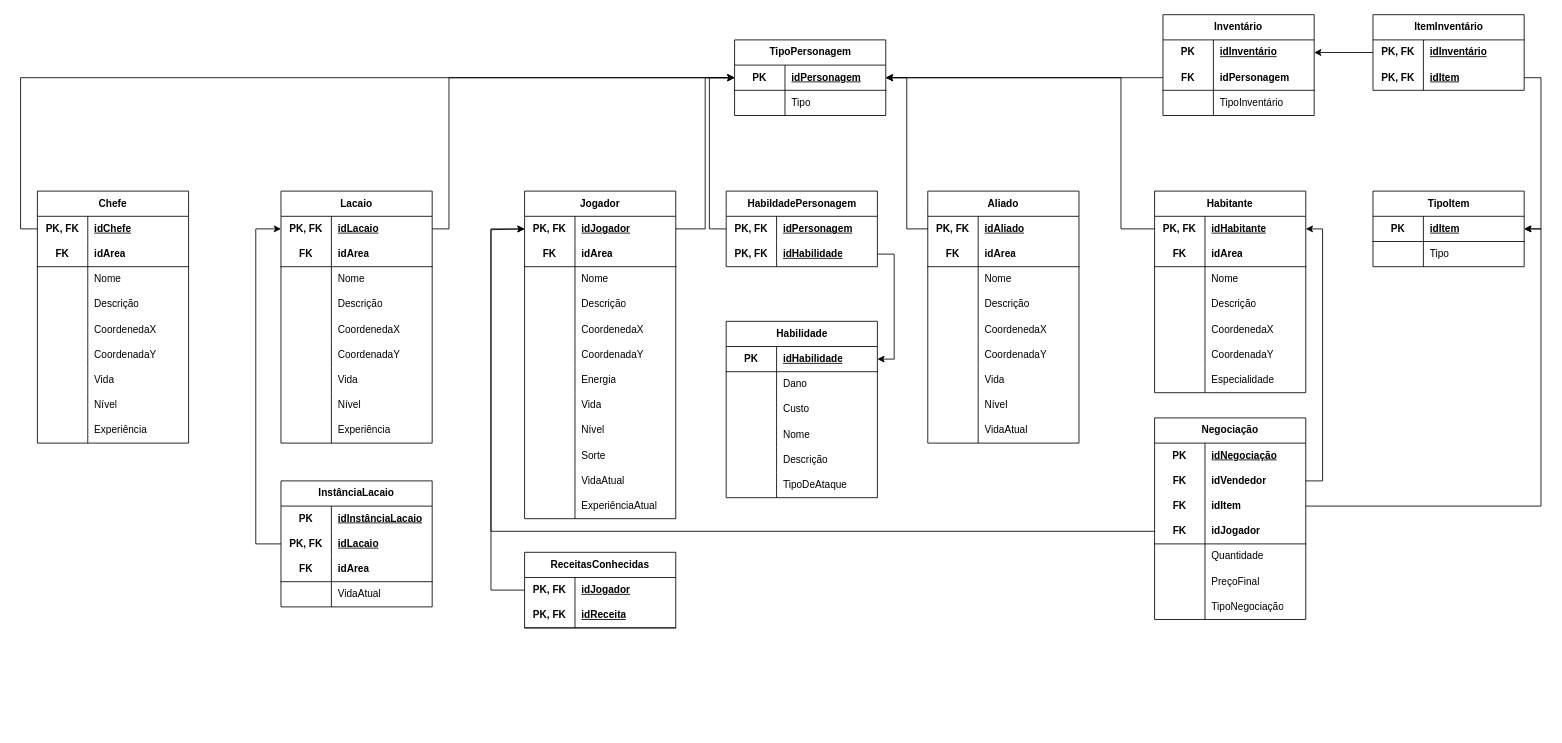
Before: docs/assets/drawio/modelo-relacional-personagem.drawio in SBD1/2025.1-Marventura, a draw.io diagram. Source tidied: cells renumbered, new cells numbered last; positions are measured from the earlier drawing's top-left corner, leaving out a move shared by most shapes. Both pictures are drawn from the tidied source at 84%, with x=0, y=0 at pixel (37, 14).
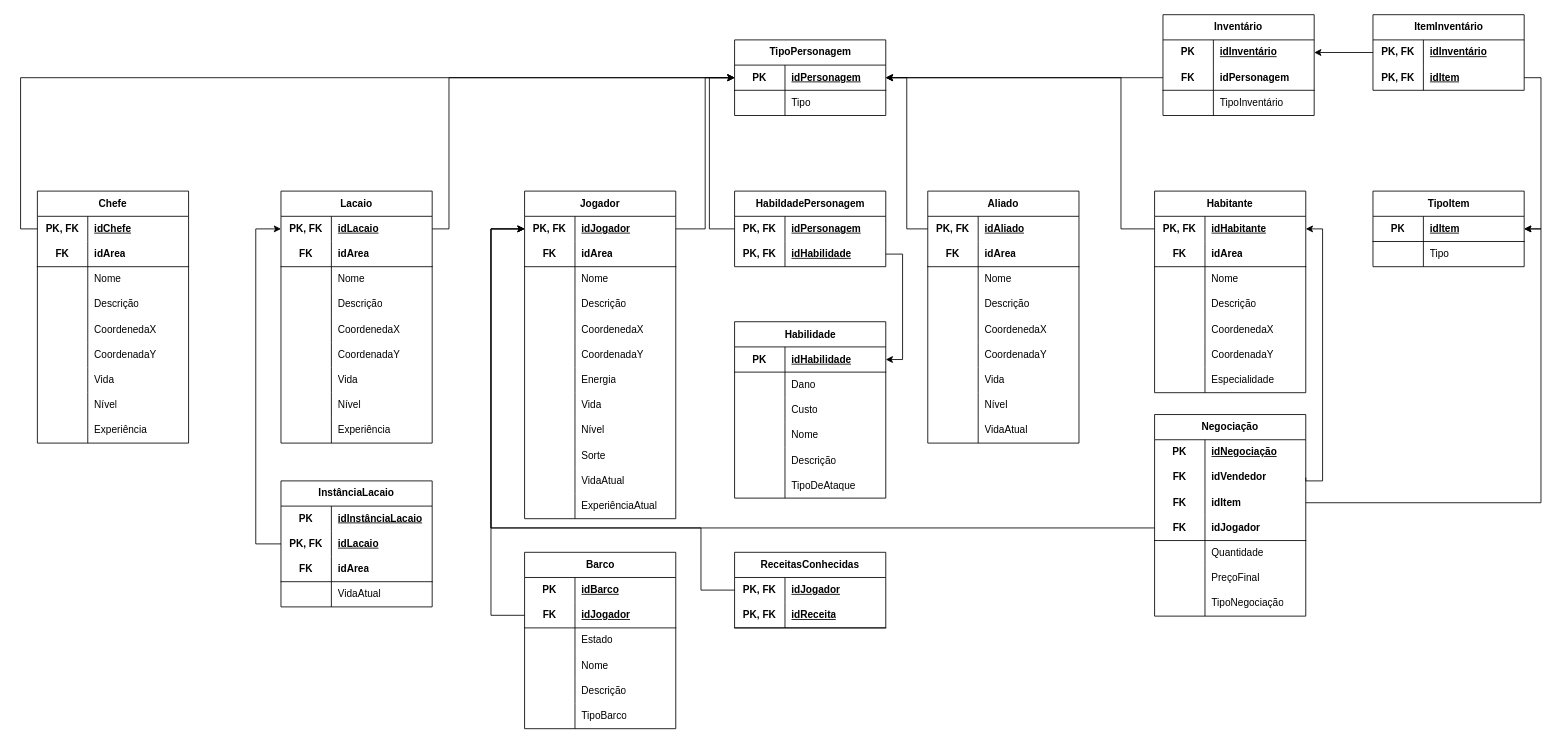
The same diagram, later.

Commit message:
Corrige versão final do modelo relacional de personagem

Unchanged cells that the change refers to:
```xml
<mxCell id="23" style="shape=tableRow;horizontal=0;startSize=0;swimlaneHead=0;swimlaneBody=0;fillColor=none;points=[[0,0.5],[1,0.5]];portConstraint=eastwest;top=0;left=0;right=0;bottom=1;" parent="22" vertex="1">
  <mxGeometry y="30" width="180" height="30" as="geometry" />
</mxCell>
<mxCell id="30" style="shape=tableRow;horizontal=0;startSize=0;swimlaneHead=0;swimlaneBody=0;fillColor=none;points=[[0,0.5],[1,0.5]];portConstraint=eastwest;top=0;left=0;right=0;bottom=0;html=1;" parent="29" vertex="1">
  <mxGeometry y="30" width="180" height="30" as="geometry" />
</mxCell>
<mxCell id="177" style="shape=tableRow;horizontal=0;startSize=0;swimlaneHead=0;swimlaneBody=0;fillColor=none;points=[[0,0.5],[1,0.5]];portConstraint=eastwest;top=0;left=0;right=0;bottom=0;html=1;" parent="176" vertex="1">
  <mxGeometry y="30" width="180" height="30" as="geometry" />
</mxCell>
<mxCell id="217" style="shape=tableRow;horizontal=0;startSize=0;swimlaneHead=0;swimlaneBody=0;fillColor=none;points=[[0,0.5],[1,0.5]];portConstraint=eastwest;top=0;left=0;right=0;bottom=1;html=1;" parent="207" vertex="1">
  <mxGeometry y="120" width="180" height="30" as="geometry" />
</mxCell>
<mxCell id="232" style="shape=tableRow;horizontal=0;startSize=0;swimlaneHead=0;swimlaneBody=0;fillColor=none;points=[[0,0.5],[1,0.5]];portConstraint=eastwest;top=0;left=0;right=0;bottom=0;" parent="231" vertex="1">
  <mxGeometry y="30" width="180" height="30" as="geometry" />
</mxCell>
```

What changed in the source:
```diff
@@
     <mxCell id="176" value="ReceitasConhecidas" style="shape=table;startSize=30;childLayout=tableLayout;rowLines=0;fontStyle=1;align=center;html=1;whiteSpace=wrap;" parent="1" vertex="1">
-      <mxGeometry x="580" y="640" width="180" height="90" as="geometry" />
+      <mxGeometry x="830" y="640" width="180" height="90" as="geometry" />
     </mxCell>
@@
     <mxCell id="183" style="edgeStyle=orthogonalEdgeStyle;rounded=0;jettySize=auto;html=1;entryX=0;entryY=0.5;entryDx=0;entryDy=0;exitX=0;exitY=0.5;exitDx=0;exitDy=0;" parent="1" edge="1" source="177" target="30">
       <mxGeometry relative="1" as="geometry">
         <Array as="points">
-          <mxPoint x="540" y="685" />
-          <mxPoint x="540" y="256" />
+          <mxPoint x="790" y="685" />
+          <mxPoint x="790" y="611" />
+          <mxPoint x="540" y="611" />
+          <mxPoint x="540" y="255" />
         </Array>
       </mxGeometry>
     </mxCell>
@@
     <mxCell id="207" value="Negociação" style="shape=table;startSize=30;childLayout=tableLayout;rowLines=0;fontStyle=1;align=center;html=1;whiteSpace=wrap;" parent="1" vertex="1">
-      <mxGeometry x="1330" y="480" width="180" height="240" as="geometry" />
+      <mxGeometry x="1330" y="476" width="180" height="240" as="geometry" />
     </mxCell>
@@
     <mxCell id="230" style="edgeStyle=orthogonalEdgeStyle;rounded=0;jettySize=auto;html=1;entryX=0;entryY=0.5;entryDx=0;entryDy=0;exitX=0;exitY=0.5;exitDx=0;exitDy=0;jumpStyle=arc;" parent="1" edge="1" source="217" target="30">
       <mxGeometry relative="1" as="geometry">
         <Array as="points">
-          <mxPoint x="540" y="615" />
+          <mxPoint x="1330" y="611" />
+          <mxPoint x="540" y="611" />
           <mxPoint x="540" y="255" />
         </Array>
       </mxGeometry>
     </mxCell>
     <mxCell id="231" value="HabildadePersonagem" style="shape=table;startSize=30;childLayout=tableLayout;rowLines=0;fontStyle=1;align=center;html=1;" parent="1" vertex="1">
-      <mxGeometry x="820" y="210" width="180" height="90" as="geometry" />
+      <mxGeometry x="830" y="210" width="180" height="90" as="geometry" />
     </mxCell>
@@
-    <mxCell id="238" style="edgeStyle=orthogonalEdgeStyle;rounded=0;jettySize=auto;html=1;exitX=0;exitY=0.5;exitDx=0;exitDy=0;entryX=0;entryY=0.5;entryDx=0;entryDy=0;" parent="1" edge="1" source="232" target="23">
+    <mxCell id="238" style="edgeStyle=orthogonalEdgeStyle;rounded=0;jettySize=auto;html=1;entryX=0;entryY=0.5;entryDx=0;entryDy=0;exitX=0;exitY=0.5;exitDx=0;exitDy=0;" parent="1" edge="1" source="232" target="23">
       <mxGeometry relative="1" as="geometry">
         <Array as="points">
           <mxPoint x="800" y="255" />
           <mxPoint x="800" y="75" />
         </Array>
       </mxGeometry>
     </mxCell>
     <mxCell id="239" value="Habilidade" style="shape=table;startSize=30;childLayout=tableLayout;rowLines=0;fontStyle=1;align=center;html=1;" parent="1" vertex="1">
-      <mxGeometry x="820" y="365" width="180" height="210" as="geometry" />
+      <mxGeometry x="830" y="365.5" width="180" height="210" as="geometry" />
     </mxCell>
@@
+    <mxCell id="260" value="Barco" style="shape=table;startSize=30;childLayout=tableLayout;rowLines=0;fontStyle=1;align=center;html=1;" parent="1" vertex="1">
+      <mxGeometry x="580" y="640" width="180" height="210" as="geometry" />
+    </mxCell>
+    <mxCell id="261" style="shape=tableRow;horizontal=0;startSize=0;swimlaneHead=0;swimlaneBody=0;fillColor=none;top=0;left=0;right=0;bottom=0;" parent="260" vertex="1">
+      <mxGeometry y="30" width="180" height="30" as="geometry" />
+    </mxCell>
+    <mxCell id="262" value="PK" style="shape=partialRectangle;fillColor=none;top=0;left=0;bottom=0;right=0;fontStyle=1;overflow=hidden;whiteSpace=wrap;html=1;" parent="261" vertex="1">
+      <mxGeometry width="60" height="30" as="geometry" />
+    </mxCell>
+    <mxCell id="263" value="idBarco" style="shape=partialRectangle;fillColor=none;top=0;left=0;bottom=0;right=0;align=left;spacingLeft=6;fontStyle=5;overflow=hidden;whiteSpace=wrap;html=1;" parent="261" vertex="1">
+      <mxGeometry x="60" width="120" height="30" as="geometry" />
+    </mxCell>
+    <mxCell id="264" style="shape=tableRow;horizontal=0;startSize=0;swimlaneHead=0;swimlaneBody=0;fillColor=none;points=[[0,0.5],[1,0.5]];portConstraint=eastwest;top=0;left=0;right=0;bottom=1;" parent="260" vertex="1">
+      <mxGeometry y="60" width="180" height="30" as="geometry" />
+    </mxCell>
+    <mxCell id="265" value="FK" style="shape=partialRectangle;fillColor=none;top=0;left=0;bottom=0;right=0;fontStyle=1;overflow=hidden;whiteSpace=wrap;html=1;" parent="264" vertex="1">
+      <mxGeometry width="60" height="30" as="geometry" />
+    </mxCell>
+    <mxCell id="266" value="idJogador" style="shape=partialRectangle;fillColor=none;top=0;left=0;bottom=0;right=0;align=left;spacingLeft=6;fontStyle=5;overflow=hidden;whiteSpace=wrap;html=1;" parent="264" vertex="1">
+      <mxGeometry x="60" width="120" height="30" as="geometry" />
+    </mxCell>
+    <mxCell id="267" style="shape=tableRow;horizontal=0;startSize=0;swimlaneHead=0;swimlaneBody=0;fillColor=none;top=0;left=0;right=0;bottom=0;" parent="260" vertex="1">
+      <mxGeometry y="90" width="180" height="30" as="geometry" />
+    </mxCell>
+    <mxCell id="268" style="shape=partialRectangle;fillColor=none;top=0;left=0;bottom=0;right=0;overflow=hidden;whiteSpace=wrap;html=1;" parent="267" vertex="1">
+      <mxGeometry width="60" height="30" as="geometry" />
+    </mxCell>
+    <mxCell id="269" value="Estado" style="shape=partialRectangle;fillColor=none;top=0;left=0;bottom=0;right=0;align=left;spacingLeft=6;overflow=hidden;whiteSpace=wrap;html=1;" parent="267" vertex="1">
+      <mxGeometry x="60" width="120" height="30" as="geometry" />
+    </mxCell>
+    <mxCell id="270" style="shape=tableRow;horizontal=0;startSize=0;swimlaneHead=0;swimlaneBody=0;fillColor=none;top=0;left=0;right=0;bottom=0;" parent="260" vertex="1">
+      <mxGeometry y="120" width="180" height="30" as="geometry" />
+    </mxCell>
+    <mxCell id="271" style="shape=partialRectangle;fillColor=none;top=0;left=0;bottom=0;right=0;overflow=hidden;whiteSpace=wrap;html=1;" parent="270" vertex="1">
+      <mxGeometry width="60" height="30" as="geometry" />
+    </mxCell>
+    <mxCell id="272" value="Nome" style="shape=partialRectangle;fillColor=none;top=0;left=0;bottom=0;right=0;align=left;spacingLeft=6;overflow=hidden;whiteSpace=wrap;html=1;" parent="270" vertex="1">
+      <mxGeometry x="60" width="120" height="30" as="geometry" />
+    </mxCell>
+    <mxCell id="273" style="shape=tableRow;horizontal=0;startSize=0;swimlaneHead=0;swimlaneBody=0;fillColor=none;top=0;left=0;right=0;bottom=0;" parent="260" vertex="1">
+      <mxGeometry y="150" width="180" height="30" as="geometry" />
+    </mxCell>
+    <mxCell id="274" style="shape=partialRectangle;fillColor=none;top=0;left=0;bottom=0;right=0;overflow=hidden;whiteSpace=wrap;html=1;" parent="273" vertex="1">
+      <mxGeometry width="60" height="30" as="geometry" />
+    </mxCell>
+    <mxCell id="275" value="Descrição" style="shape=partialRectangle;fillColor=none;top=0;left=0;bottom=0;right=0;align=left;spacingLeft=6;overflow=hidden;whiteSpace=wrap;html=1;" parent="273" vertex="1">
+      <mxGeometry x="60" width="120" height="30" as="geometry" />
+    </mxCell>
+    <mxCell id="276" style="shape=tableRow;horizontal=0;startSize=0;swimlaneHead=0;swimlaneBody=0;fillColor=none;top=0;left=0;right=0;bottom=0;" parent="260" vertex="1">
+      <mxGeometry y="180" width="180" height="30" as="geometry" />
+    </mxCell>
+    <mxCell id="277" style="shape=partialRectangle;fillColor=none;top=0;left=0;bottom=0;right=0;overflow=hidden;whiteSpace=wrap;html=1;" parent="276" vertex="1">
+      <mxGeometry width="60" height="30" as="geometry" />
+    </mxCell>
+    <mxCell id="278" value="TipoBarco" style="shape=partialRectangle;fillColor=none;top=0;left=0;bottom=0;right=0;align=left;spacingLeft=6;overflow=hidden;whiteSpace=wrap;html=1;" parent="276" vertex="1">
+      <mxGeometry x="60" width="120" height="30" as="geometry" />
+    </mxCell>
+    <mxCell id="279" style="edgeStyle=orthogonalEdgeStyle;rounded=0;jettySize=auto;html=1;exitX=0;exitY=0.5;exitDx=0;exitDy=0;entryX=0;entryY=0.5;entryDx=0;entryDy=0;" parent="1" edge="1" source="264" target="30">
+      <mxGeometry relative="1" as="geometry">
+        <Array as="points">
+          <mxPoint x="540" y="715" />
+          <mxPoint x="540" y="255" />
+        </Array>
+      </mxGeometry>
+    </mxCell>
```
